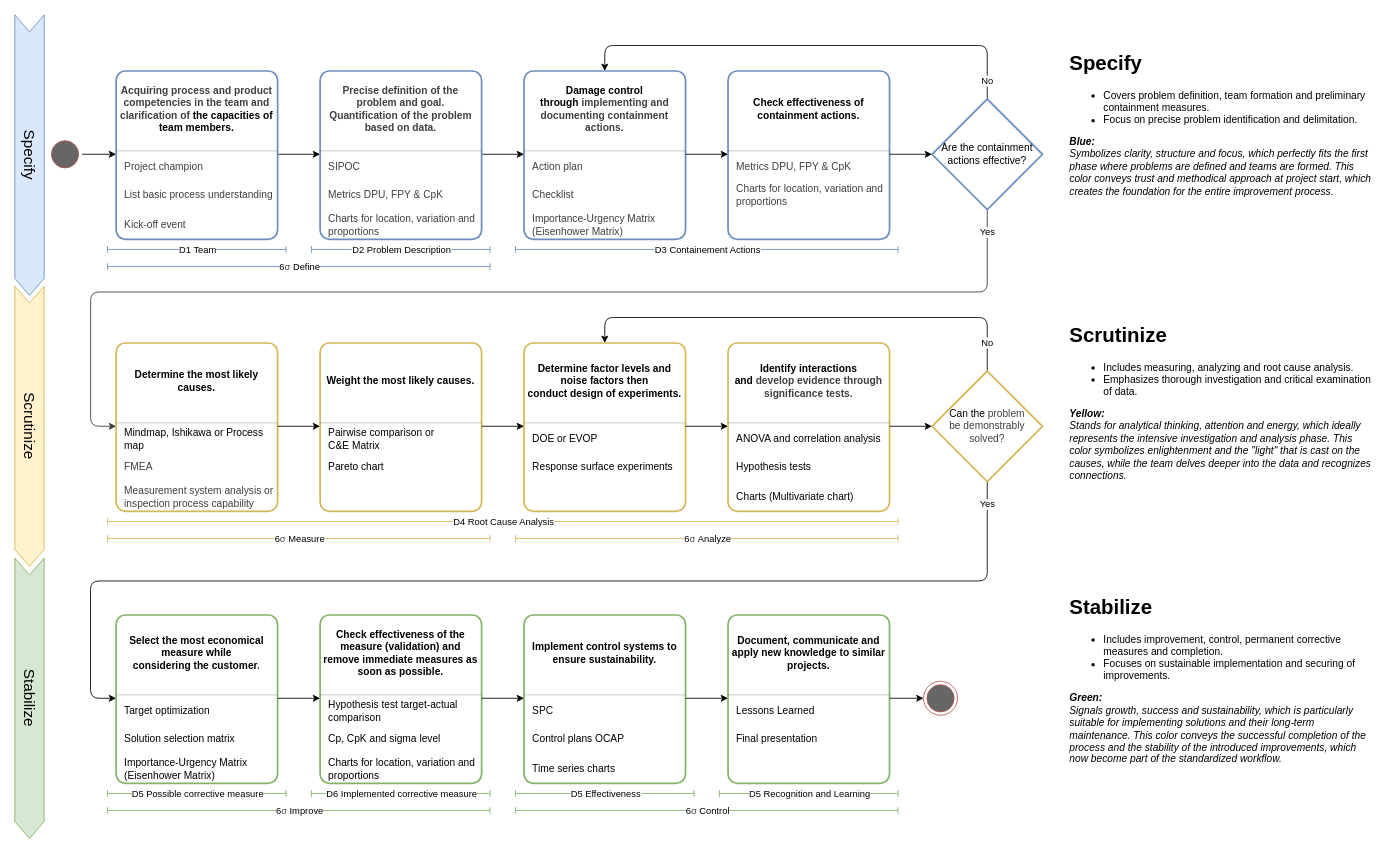
This is page "3s en" (1 of 2) of docs/guides/3s.drawio from j4ggr/DaSPi, a draw.io file, before an edit. Source tidied: cells renumbered, new cells numbered last; positions are measured from the earlier drawing's top-left corner, leaving out a move shared by most shapes. Both pictures are drawn from the tidied source at 85%, with x=0, y=0 at pixel (-111, 45).
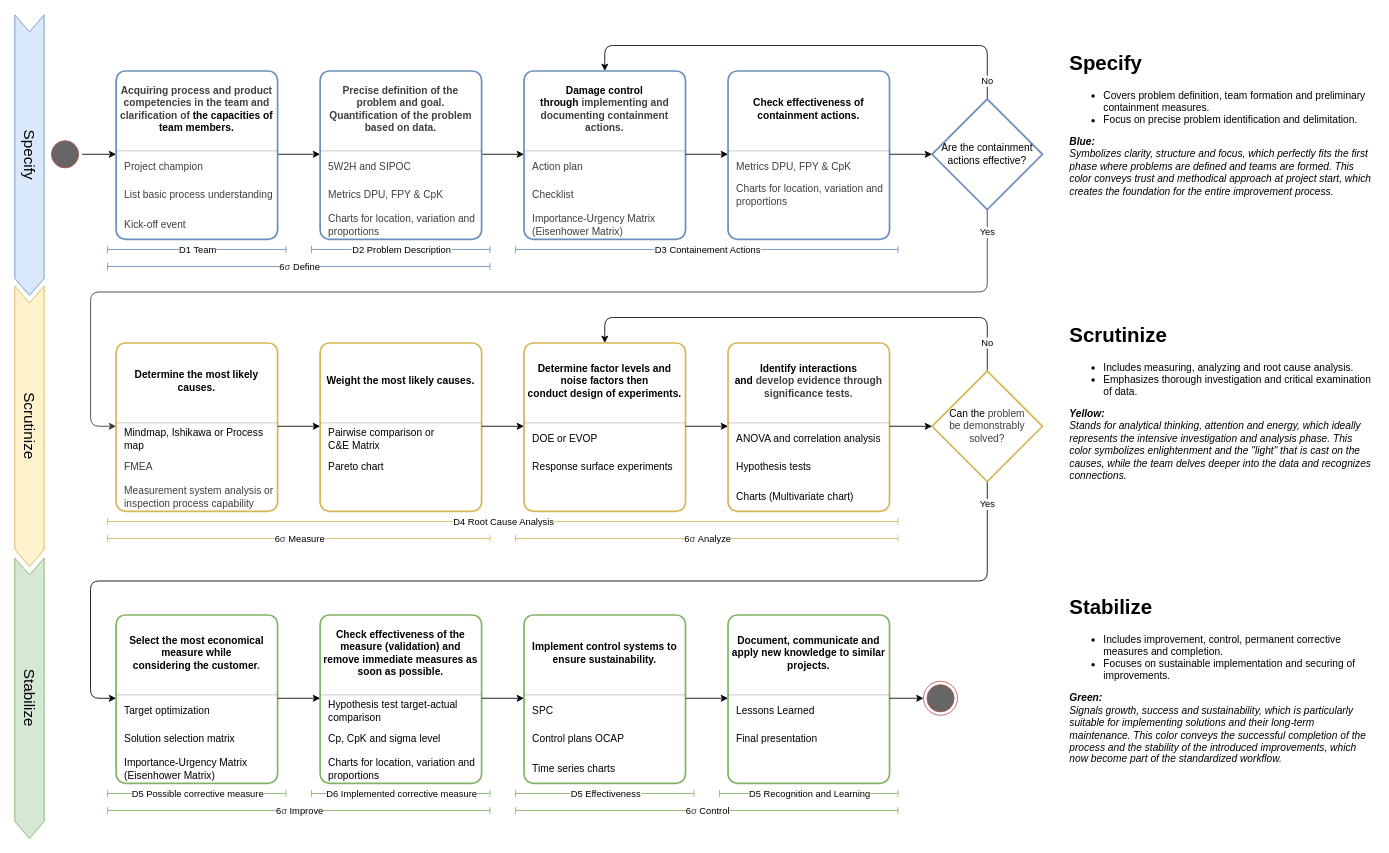
The same page after the edit.

Unchanged cells that the change refers to:
```xml
<mxCell id="80" style="fontStyle=1;align=center;verticalAlign=middle;horizontal=1;rounded=1;absoluteArcSize=1;arcSize=22;fillColor=#FFFFFF;strokeColor=#6c8ebf;fontFamily=Helvetica;strokeWidth=2;" parent="1" vertex="1">
  <mxGeometry x="507.1" y="30" width="190" height="198" as="geometry" />
</mxCell>
```

Diff of the diagram source:
```diff
@@
-    <mxCell id="83" value="&lt;span style=&quot;color: rgb(63, 63, 63); text-align: center;&quot;&gt;SIPOC&lt;/span&gt;" style="html=1;align=left;spacing=0;spacingLeft=10;verticalAlign=middle;strokeColor=none;fillColor=none;whiteSpace=wrap;fontFamily=Helvetica;" parent="80" vertex="1">
+    <mxCell id="83" value="&lt;span style=&quot;color: rgb(63, 63, 63); text-align: center;&quot;&gt;5W2H and SIPOC&lt;/span&gt;" style="html=1;align=left;spacing=0;spacingLeft=10;verticalAlign=middle;strokeColor=none;fillColor=none;whiteSpace=wrap;fontFamily=Helvetica;" parent="80" vertex="1">
       <mxGeometry y="98" width="190" height="30" as="geometry" />
     </mxCell>
```
